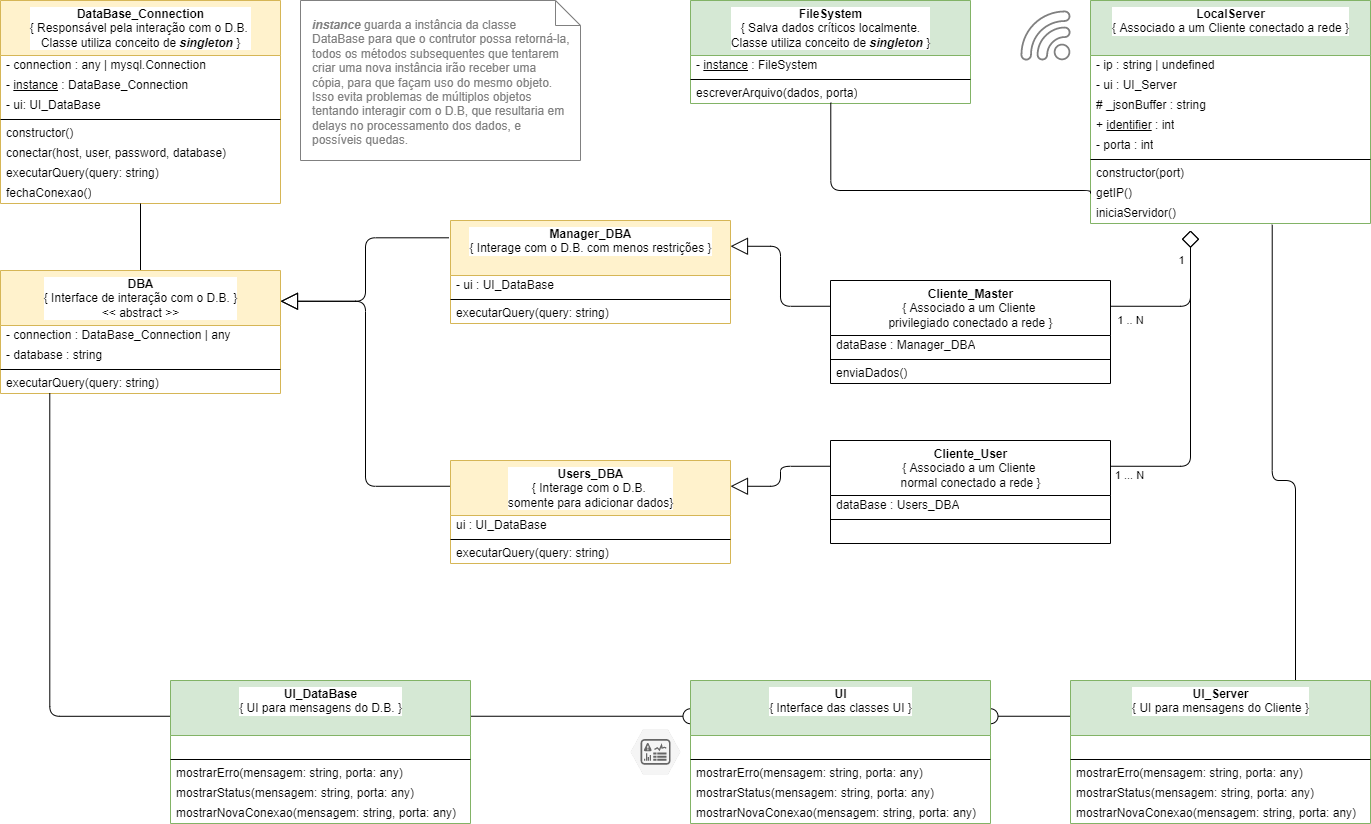
DIEGOVZK/MKSENSE keeps this draw.io diagram as media/MKSENSE.drawio.png. Above is the earlier version. Source tidied: cells renumbered, new cells last; positions are measured from the earlier drawing's top-left corner, leaving out a move shared by most shapes.
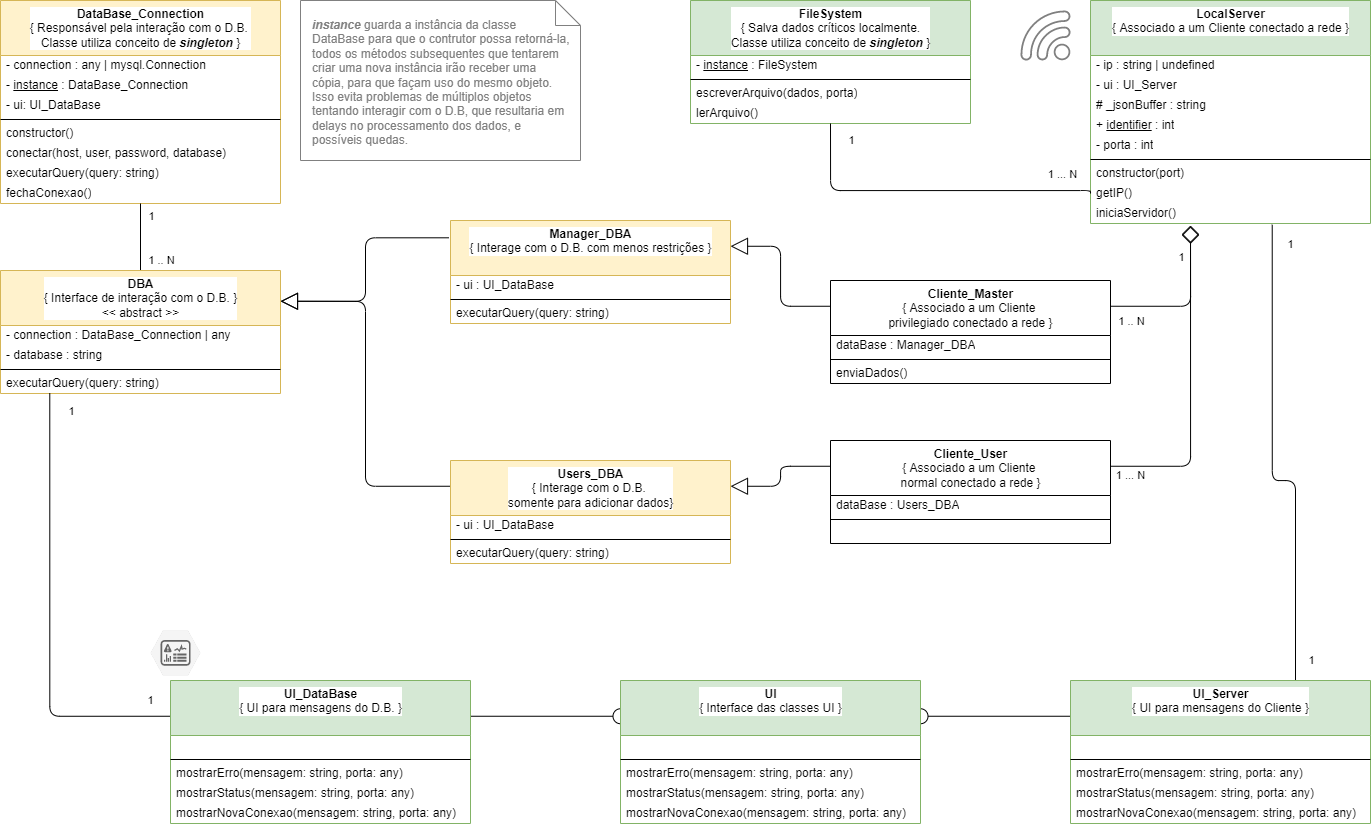
The same diagram one commit later.

What changed in the source:
```diff
@@ -29,9 +29,19 @@
     <mxCell id="10" value="fechaConexao()" style="text;html=1;strokeColor=none;fillColor=none;align=left;verticalAlign=middle;spacingLeft=4;spacingRight=4;overflow=hidden;labelBackgroundColor=#FFFFFF;labelBorderColor=none;" parent="2" vertex="1">
       <mxGeometry y="183" width="280" height="20" as="geometry" />
     </mxCell>
-    <mxCell id="11" style="edgeStyle=none;html=1;entryX=0.5;entryY=1;entryDx=0;entryDy=0;endArrow=none;endFill=0;startArrow=none;startFill=0;endSize=15;labelBackgroundColor=#FFFFFF;labelBorderColor=none;" parent="1" edge="1" source="14" target="2">
+    <mxCell id="11" style="edgeStyle=none;html=1;entryX=0.5;entryY=1;entryDx=0;entryDy=0;endArrow=none;endFill=0;startArrow=none;startFill=0;endSize=15;labelBackgroundColor=#FFFFFF;labelBorderColor=none;exitX=0.5;exitY=0;exitDx=0;exitDy=0;exitPerimeter=0;" parent="1" edge="1" source="14" target="2">
       <mxGeometry relative="1" as="geometry" />
     </mxCell>
+    <mxCell id="83" value="1" style="edgeLabel;html=1;align=center;verticalAlign=middle;" parent="11" vertex="1">
+      <mxGeometry x="0.37" y="-2" relative="1" as="geometry">
+        <mxPoint x="8" y="-9" as="offset" />
+      </mxGeometry>
+    </mxCell>
+    <mxCell id="84" value="1 .. N" style="edgeLabel;html=1;align=center;verticalAlign=middle;" parent="11" vertex="1">
+      <mxGeometry x="-0.65" y="3" relative="1" as="geometry">
+        <mxPoint x="23" y="2" as="offset" />
+      </mxGeometry>
+    </mxCell>
     <mxCell id="12" style="edgeStyle=orthogonalEdgeStyle;html=1;entryX=-0.006;entryY=0.168;entryDx=0;entryDy=0;shadow=0;fontColor=#000000;startArrow=block;startFill=0;endArrow=none;endFill=0;startSize=15;endSize=15;sourcePerimeterSpacing=0;targetPerimeterSpacing=1;labelBackgroundColor=#FFFFFF;labelBorderColor=none;exitX=1;exitY=0.25;exitDx=0;exitDy=0;entryPerimeter=0;" parent="1" edge="1" source="14" target="60">
       <mxGeometry relative="1" as="geometry" />
     </mxCell>
@@ -85,7 +95,7 @@
     </mxCell>
     <mxCell id="29" style="edgeStyle=orthogonalEdgeStyle;html=1;exitX=1;exitY=0.25;exitDx=0;exitDy=0;shadow=0;fontColor=#000000;startArrow=none;startFill=0;endArrow=diamond;endFill=0;startSize=15;endSize=15;sourcePerimeterSpacing=0;targetPerimeterSpacing=1;labelBackgroundColor=#FFFFFF;labelBorderColor=none;" parent="1" edge="1" source="30">
       <mxGeometry relative="1" as="geometry">
-        <mxPoint x="1190" y="230" as="targetPoint" />
+        <mxPoint x="1190" y="225" as="targetPoint" />
       </mxGeometry>
     </mxCell>
     <mxCell id="30" value="&lt;b&gt;Cliente_User&lt;br&gt;&lt;/b&gt;{ Associado a um Cliente &lt;br&gt;normal conectado a rede }" style="swimlane;fontStyle=0;align=center;verticalAlign=top;horizontal=1;startSize=55;html=1;labelBackgroundColor=#FFFFFF;labelBorderColor=none;" parent="1" vertex="1">
@@ -110,7 +120,7 @@
       <mxGeometry relative="1" as="geometry" />
     </mxCell>
     <mxCell id="37" value="&lt;b&gt;UI&lt;br&gt;&lt;/b&gt;{ Interface das classes UI }" style="swimlane;fontStyle=0;align=center;verticalAlign=top;horizontal=1;startSize=55;html=1;labelBackgroundColor=#FFFFFF;labelBorderColor=none;fillColor=#d5e8d4;strokeColor=#82b366;" parent="1" vertex="1">
-      <mxGeometry x="690" y="680" width="300" height="143" as="geometry" />
+      <mxGeometry x="620" y="680" width="300" height="143" as="geometry" />
     </mxCell>
     <mxCell id="38" value="&amp;nbsp;" style="text;html=1;strokeColor=none;fillColor=none;align=left;verticalAlign=middle;spacingLeft=4;spacingRight=4;overflow=hidden;labelBackgroundColor=#FFFFFF;labelBorderColor=none;" parent="37" vertex="1">
       <mxGeometry y="55" width="300" height="20" as="geometry" />
@@ -135,6 +145,16 @@
         </Array>
       </mxGeometry>
     </mxCell>
+    <mxCell id="85" value="1" style="edgeLabel;html=1;align=center;verticalAlign=middle;" parent="43" vertex="1">
+      <mxGeometry x="-0.87" y="1" relative="1" as="geometry">
+        <mxPoint x="16" y="10" as="offset" />
+      </mxGeometry>
+    </mxCell>
+    <mxCell id="86" value="1" style="edgeLabel;html=1;align=center;verticalAlign=middle;" parent="43" vertex="1">
+      <mxGeometry x="0.92" y="-4" relative="1" as="geometry">
+        <mxPoint x="14" as="offset" />
+      </mxGeometry>
+    </mxCell>
     <mxCell id="44" value="&lt;b&gt;UI_Server&lt;br&gt;&lt;/b&gt;{ UI para mensagens do Cliente }" style="swimlane;fontStyle=0;align=center;verticalAlign=top;horizontal=1;startSize=55;html=1;labelBackgroundColor=#FFFFFF;labelBorderColor=none;fillColor=#d5e8d4;strokeColor=#82b366;" parent="1" vertex="1">
       <mxGeometry x="1070" y="680" width="300" height="143" as="geometry" />
     </mxCell>
@@ -153,9 +173,14 @@
     <mxCell id="49" value="mostrarNovaConexao(mensagem: string, porta: any)" style="text;html=1;strokeColor=none;fillColor=none;align=left;verticalAlign=middle;spacingLeft=4;spacingRight=4;overflow=hidden;labelBackgroundColor=#FFFFFF;labelBorderColor=none;" parent="44" vertex="1">
       <mxGeometry y="123" width="300" height="20" as="geometry" />
     </mxCell>
-    <mxCell id="50" style="edgeStyle=orthogonalEdgeStyle;html=1;exitX=0;exitY=0.25;exitDx=0;exitDy=0;entryX=0.176;entryY=0.983;entryDx=0;entryDy=0;entryPerimeter=0;shadow=0;fontColor=#000000;startArrow=none;startFill=0;endArrow=none;endFill=0;startSize=15;endSize=15;sourcePerimeterSpacing=0;targetPerimeterSpacing=1;labelBackgroundColor=#FFFFFF;labelBorderColor=none;" parent="1" edge="1" source="51" target="18">
-      <mxGeometry relative="1" as="geometry" />
+    <mxCell id="50" value="1" style="edgeStyle=orthogonalEdgeStyle;html=1;exitX=0;exitY=0.25;exitDx=0;exitDy=0;entryX=0.176;entryY=0.983;entryDx=0;entryDy=0;entryPerimeter=0;shadow=0;fontColor=#000000;startArrow=none;startFill=0;endArrow=none;endFill=0;startSize=15;endSize=15;sourcePerimeterSpacing=0;targetPerimeterSpacing=1;labelBackgroundColor=#FFFFFF;labelBorderColor=none;" parent="1" edge="1" source="51" target="18">
+      <mxGeometry x="-0.91" y="-16" relative="1" as="geometry" />
     </mxCell>
+    <mxCell id="87" value="1" style="edgeLabel;html=1;align=center;verticalAlign=middle;" parent="50" vertex="1">
+      <mxGeometry x="0.86" y="-1" relative="1" as="geometry">
+        <mxPoint x="20" y="-14" as="offset" />
+      </mxGeometry>
+    </mxCell>
     <mxCell id="51" value="&lt;b&gt;UI_DataBase&lt;br&gt;&lt;/b&gt;{ UI para mensagens do D.B. }" style="swimlane;fontStyle=0;align=center;verticalAlign=top;horizontal=1;startSize=55;html=1;labelBackgroundColor=#FFFFFF;labelBorderColor=none;fillColor=#d5e8d4;strokeColor=#82b366;" parent="1" vertex="1">
       <mxGeometry x="170" y="680" width="300" height="143" as="geometry" />
     </mxCell>
@@ -178,7 +203,7 @@
       <mxGeometry x="1020" y="10" width="50" height="50" as="geometry" />
     </mxCell>
     <mxCell id="58" style="verticalLabelPosition=bottom;sketch=0;html=1;verticalAlign=top;align=center;shape=mxgraph.cisco_safe.compositeIcon;bgIcon=mxgraph.cisco_safe.design.blank_device;resIcon=mxgraph.cisco_safe.design.mgmt_console;fillColor=#f5f5f5;strokeColor=#666666;fontColor=#333333;labelBackgroundColor=#FFFFFF;labelBorderColor=none;" parent="1" vertex="1">
-      <mxGeometry x="630" y="729" width="50" height="45" as="geometry" />
+      <mxGeometry x="150" y="630" width="50" height="45" as="geometry" />
     </mxCell>
     <mxCell id="59" style="edgeStyle=orthogonalEdgeStyle;html=1;exitX=1;exitY=0.25;exitDx=0;exitDy=0;entryX=0;entryY=0.25;entryDx=0;entryDy=0;shadow=0;fontColor=#000000;startArrow=block;startFill=0;endArrow=none;endFill=0;startSize=15;endSize=15;sourcePerimeterSpacing=0;targetPerimeterSpacing=1;labelBackgroundColor=#FFFFFF;labelBorderColor=none;" parent="1" edge="1" source="60" target="73">
       <mxGeometry relative="1" as="geometry" />
@@ -201,7 +226,7 @@
     <mxCell id="65" value="&lt;b&gt;Users_DBA&lt;/b&gt;&lt;br&gt;{ Interage com o D.B. &lt;br&gt;somente para adicionar dados}" style="swimlane;fontStyle=0;align=center;verticalAlign=top;horizontal=1;startSize=55;html=1;labelBackgroundColor=#FFFFFF;labelBorderColor=none;fillColor=#fff2cc;strokeColor=#d6b656;" parent="1" vertex="1">
       <mxGeometry x="450" y="460" width="280" height="103" as="geometry" />
     </mxCell>
-    <mxCell id="66" value="&lt;font&gt;ui : UI_DataBase&lt;/font&gt;" style="text;html=1;align=left;verticalAlign=middle;spacingLeft=4;spacingRight=4;overflow=hidden;labelBackgroundColor=#FFFFFF;labelBorderColor=none;fontColor=#000000;" parent="65" vertex="1">
+    <mxCell id="66" value="&lt;font&gt;- ui : UI_DataBase&lt;/font&gt;" style="text;html=1;align=left;verticalAlign=middle;spacingLeft=4;spacingRight=4;overflow=hidden;labelBackgroundColor=#FFFFFF;labelBorderColor=none;fontColor=#000000;" parent="65" vertex="1">
       <mxGeometry y="55" width="280" height="20" as="geometry" />
     </mxCell>
     <mxCell id="67" style="line;strokeWidth=1;fillColor=none;align=left;verticalAlign=middle;spacingTop=-1;spacingLeft=3;spacingRight=3;labelPosition=right;labelBackgroundColor=#FFFFFF;labelBorderColor=none;" parent="65" vertex="1">
@@ -212,7 +237,10 @@
     </mxCell>
     <mxCell id="69" style="edgeStyle=orthogonalEdgeStyle;html=1;exitX=1;exitY=0.25;exitDx=0;exitDy=0;shadow=0;fontColor=#000000;startArrow=none;startFill=0;endArrow=diamond;endFill=0;startSize=15;endSize=15;sourcePerimeterSpacing=0;targetPerimeterSpacing=1;labelBackgroundColor=#FFFFFF;labelBorderColor=none;" parent="1" edge="1" source="73">
       <mxGeometry relative="1" as="geometry">
-        <mxPoint x="1190" y="230" as="targetPoint" />
+        <mxPoint x="1190" y="226" as="targetPoint" />
+        <Array as="points">
+          <mxPoint x="1190" y="306" />
+        </Array>
       </mxGeometry>
     </mxCell>
     <mxCell id="70" value="1" style="edgeLabel;html=1;align=center;verticalAlign=middle;fontColor=#000000;labelBackgroundColor=#FFFFFF;labelBorderColor=none;" parent="69" vertex="1">
@@ -248,7 +276,7 @@
       </mxGeometry>
     </mxCell>
     <mxCell id="78" value="&lt;b&gt;FileSystem&lt;br&gt;&lt;/b&gt;{ Salva dados críticos localmente.&lt;br&gt;Classe utiliza conceito de&amp;nbsp;&lt;i&gt;&lt;b&gt;singleton&amp;nbsp;&lt;/b&gt;&lt;/i&gt;}" style="swimlane;fontStyle=0;align=center;verticalAlign=top;horizontal=1;startSize=55;html=1;labelBackgroundColor=#FFFFFF;labelBorderColor=none;fillColor=#d5e8d4;strokeColor=#82b366;" parent="1" vertex="1">
-      <mxGeometry x="690" width="280" height="103" as="geometry" />
+      <mxGeometry x="690" width="280" height="123" as="geometry" />
     </mxCell>
     <mxCell id="79" value="- &lt;u&gt;instance&lt;/u&gt;&amp;nbsp;: FileSystem" style="text;html=1;strokeColor=none;fillColor=none;align=left;verticalAlign=middle;spacingLeft=4;spacingRight=4;overflow=hidden;labelBackgroundColor=#FFFFFF;labelBorderColor=none;" parent="78" vertex="1">
       <mxGeometry y="55" width="280" height="20" as="geometry" />
@@ -259,7 +287,10 @@
     <mxCell id="81" value="escreverArquivo(dados, porta)" style="text;html=1;strokeColor=none;fillColor=none;align=left;verticalAlign=middle;spacingLeft=4;spacingRight=4;overflow=hidden;points=[[0,0.5],[1,0.5]];portConstraint=eastwest;labelBackgroundColor=#FFFFFF;labelBorderColor=none;" parent="78" vertex="1">
       <mxGeometry y="83" width="280" height="20" as="geometry" />
     </mxCell>
+    <mxCell id="88" value="lerArquivo()" style="text;html=1;strokeColor=none;fillColor=none;align=left;verticalAlign=middle;spacingLeft=4;spacingRight=4;overflow=hidden;labelBackgroundColor=#FFFFFF;labelBorderColor=none;" parent="78" vertex="1">
+      <mxGeometry y="103" width="280" height="20" as="geometry" />
+    </mxCell>
-    <mxCell id="82" style="edgeStyle=orthogonalEdgeStyle;html=1;exitX=0;exitY=0.5;exitDx=0;exitDy=0;entryX=0.501;entryY=0.96;entryDx=0;entryDy=0;startArrow=none;startFill=0;endArrow=none;endFill=0;entryPerimeter=0;labelBackgroundColor=#FFFFFF;labelBorderColor=none;" parent="1" edge="1" source="27" target="81">
+    <mxCell id="82" style="edgeStyle=orthogonalEdgeStyle;html=1;exitX=0;exitY=0.5;exitDx=0;exitDy=0;startArrow=none;startFill=0;endArrow=none;endFill=0;labelBackgroundColor=#FFFFFF;labelBorderColor=none;entryX=0.5;entryY=1;entryDx=0;entryDy=0;" parent="1" edge="1" source="27" target="78">
       <mxGeometry relative="1" as="geometry">
         <Array as="points">
           <mxPoint x="1090" y="190" />
@@ -267,5 +298,15 @@
         </Array>
       </mxGeometry>
     </mxCell>
+    <mxCell id="89" value="1 ... N" style="edgeLabel;html=1;align=center;verticalAlign=middle;" parent="82" vertex="1">
+      <mxGeometry x="-0.77" y="-3" relative="1" as="geometry">
+        <mxPoint x="5" y="-14" as="offset" />
+      </mxGeometry>
+    </mxCell>
+    <mxCell id="90" value="1" style="edgeLabel;html=1;align=center;verticalAlign=middle;" parent="82" vertex="1">
+      <mxGeometry x="0.93" y="-1" relative="1" as="geometry">
+        <mxPoint x="19" y="5" as="offset" />
+      </mxGeometry>
+    </mxCell>
   </root>
 </mxGraphModel>
```
